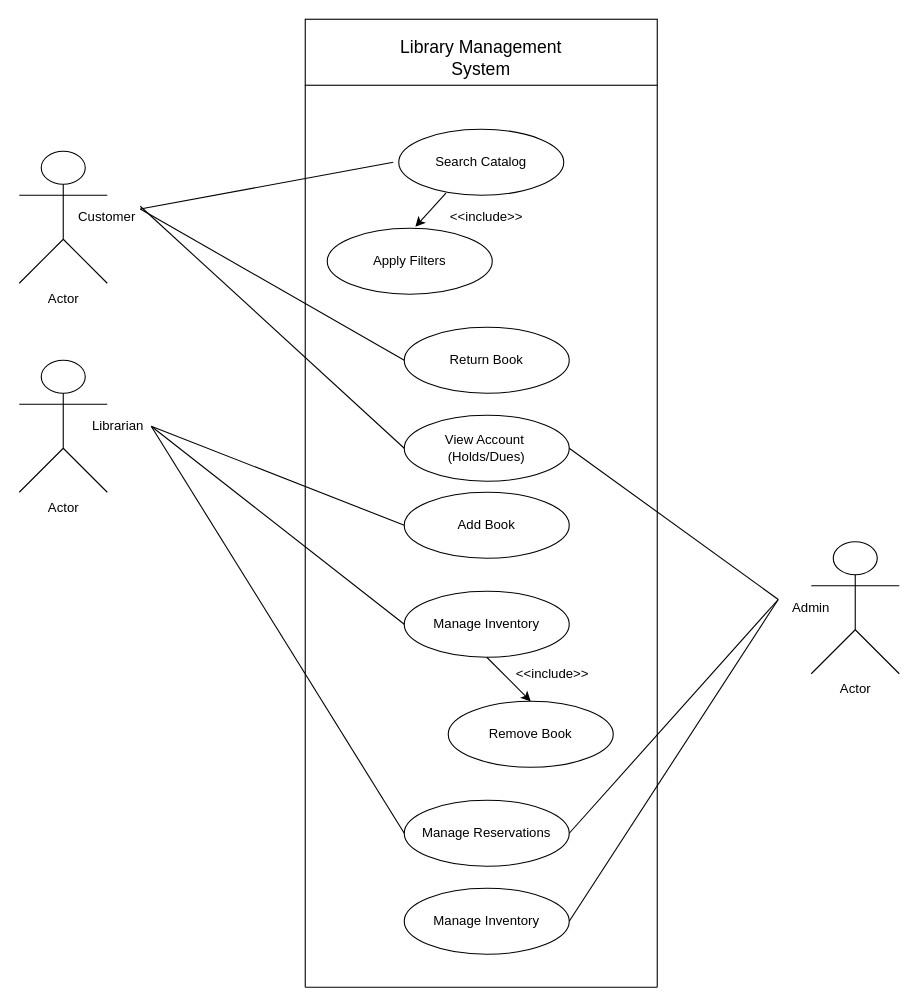
This is usecase_library.drawio from mdarslan7/sepm_lab_diagrams, a draw.io file, before an edit. Source tidied: cells renumbered, new cells numbered last; positions are measured from the earlier drawing's top-left corner, leaving out a move shared by most shapes. Both pictures are drawn from the tidied source at 110%, with x=0, y=0 at pixel (19, 19).
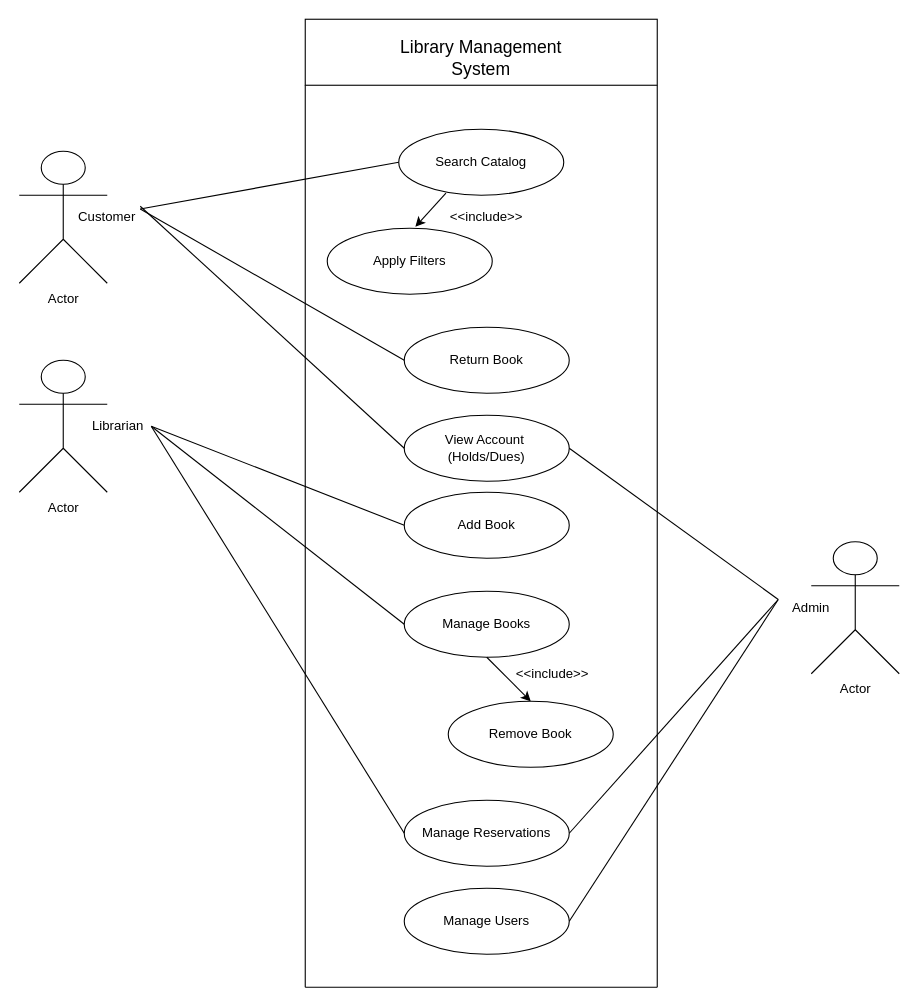
Above is the later version.

Unchanged cells that the change refers to:
```xml
<mxCell id="7" value="Customer" style="text;html=1;align=center;verticalAlign=middle;whiteSpace=wrap;rounded=0;" parent="1" vertex="1">
  <mxGeometry x="50" y="165" width="60" height="30" as="geometry" />
</mxCell>
<mxCell id="12" value="Search Catalog" style="ellipse;whiteSpace=wrap;html=1;" parent="1" vertex="1">
  <mxGeometry x="345" y="100" width="150" height="60" as="geometry" />
</mxCell>
```

Change to the diagram source:
```diff
@@
-    <mxCell id="18" value="Manage Inventory" style="ellipse;whiteSpace=wrap;html=1;" parent="1" vertex="1">
+    <mxCell id="18" value="Manage Users" style="ellipse;whiteSpace=wrap;html=1;" parent="1" vertex="1">
       <mxGeometry x="350" y="790" width="150" height="60" as="geometry" />
     </mxCell>
@@
-    <mxCell id="20" style="endArrow=none;html=1;rounded=0;exitX=1;exitY=0.25;exitDx=0;exitDy=0;" parent="1" edge="1" source="7">
-      <mxGeometry relative="1" as="geometry">
-        <mxPoint x="340" y="130" as="targetPoint" />
-      </mxGeometry>
+    <mxCell id="20" style="endArrow=none;html=1;rounded=0;exitX=1;exitY=0.25;exitDx=0;exitDy=0;entryX=0;entryY=0.5;entryDx=0;entryDy=0;" parent="1" edge="1" source="7" target="12">
+      <mxGeometry relative="1" as="geometry" />
     </mxCell>
@@
-    <mxCell id="30" value="Manage Inventory" style="ellipse;whiteSpace=wrap;html=1;" parent="1" vertex="1">
+    <mxCell id="30" value="Manage Books" style="ellipse;whiteSpace=wrap;html=1;" parent="1" vertex="1">
       <mxGeometry x="350" y="520" width="150" height="60" as="geometry" />
     </mxCell>
```
